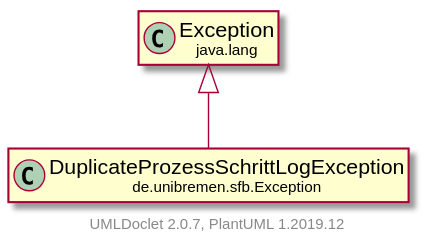
Before: doc/UML/modulsichtSVG/DuplicateProzessSchrittLogException.svg, a diagram exported from PlantUML (fkehlenb/softwareprojekt-2). Source of this version:
```plantuml
@startuml
    set namespaceSeparator none
    hide empty fields
    hide empty methods

    class "<size:14>DuplicateProzessSchrittLogException\n<size:10>de.unibremen.sfb.Exception" as de.unibremen.sfb.Exception.DuplicateProzessSchrittLogException [[DuplicateProzessSchrittLogException.html]]

    class "<size:14>Exception\n<size:10>java.lang" as java.lang.Exception [[https://docs.oracle.com/en/java/javase/11/docs/api/java.base/java/lang/Exception.html?is-external=true]]

    java.lang.Exception <|-- de.unibremen.sfb.Exception.DuplicateProzessSchrittLogException

    center footer UMLDoclet 2.0.7, PlantUML 1.2019.12
@enduml
```
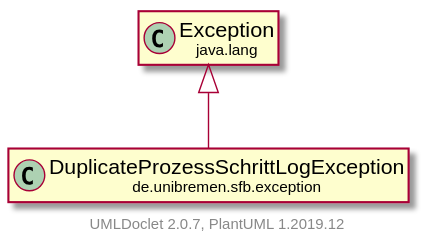
After the change.

What changed in the source:
```diff
@@ -3,11 +3,11 @@
     hide empty fields
     hide empty methods
 
-    class "<size:14>DuplicateProzessSchrittLogException\n<size:10>de.unibremen.sfb.Exception" as de.unibremen.sfb.Exception.DuplicateProzessSchrittLogException [[DuplicateProzessSchrittLogException.html]]
+    class "<size:14>DuplicateProzessSchrittLogException\n<size:10>de.unibremen.sfb.exception" as de.unibremen.sfb.exception.DuplicateProzessSchrittLogException [[DuplicateProzessSchrittLogException.html]]
 
-    class "<size:14>Exception\n<size:10>java.lang" as java.lang.Exception [[https://docs.oracle.com/en/java/javase/11/docs/api/java.base/java/lang/Exception.html?is-external=true]]
+    class "<size:14>exception\n<size:10>java.lang" as java.lang.exception [[https://docs.oracle.com/en/java/javase/11/docs/api/java.base/java/lang/Exception.html?is-external=true]]
 
-    java.lang.Exception <|-- de.unibremen.sfb.Exception.DuplicateProzessSchrittLogException
+    java.lang.exception <|-- de.unibremen.sfb.exception.DuplicateProzessSchrittLogException
 
     center footer UMLDoclet 2.0.7, PlantUML 1.2019.12
 @enduml
```
